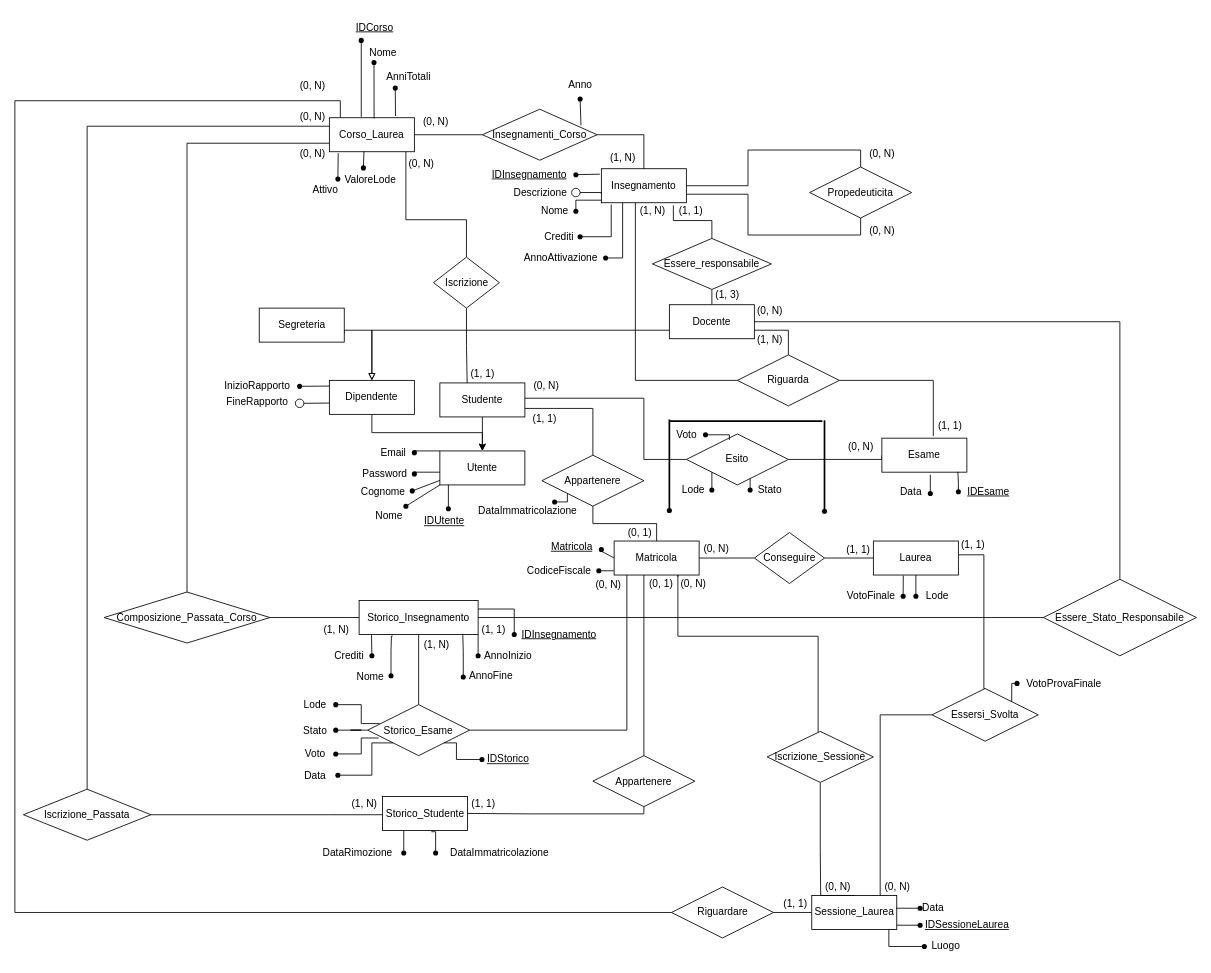
michelebolis/UniversityExamSystem keeps this draw.io diagram as page "ER" (1 of 5) of Esamiv1.drawio. Above is the earlier version. Source tidied: cells renumbered, new cells numbered last; positions are measured from the earlier drawing's top-left corner, leaving out a move shared by most shapes. Both pictures are drawn from the tidied source at 85%, with x=0, y=0 at pixel (14, 14).
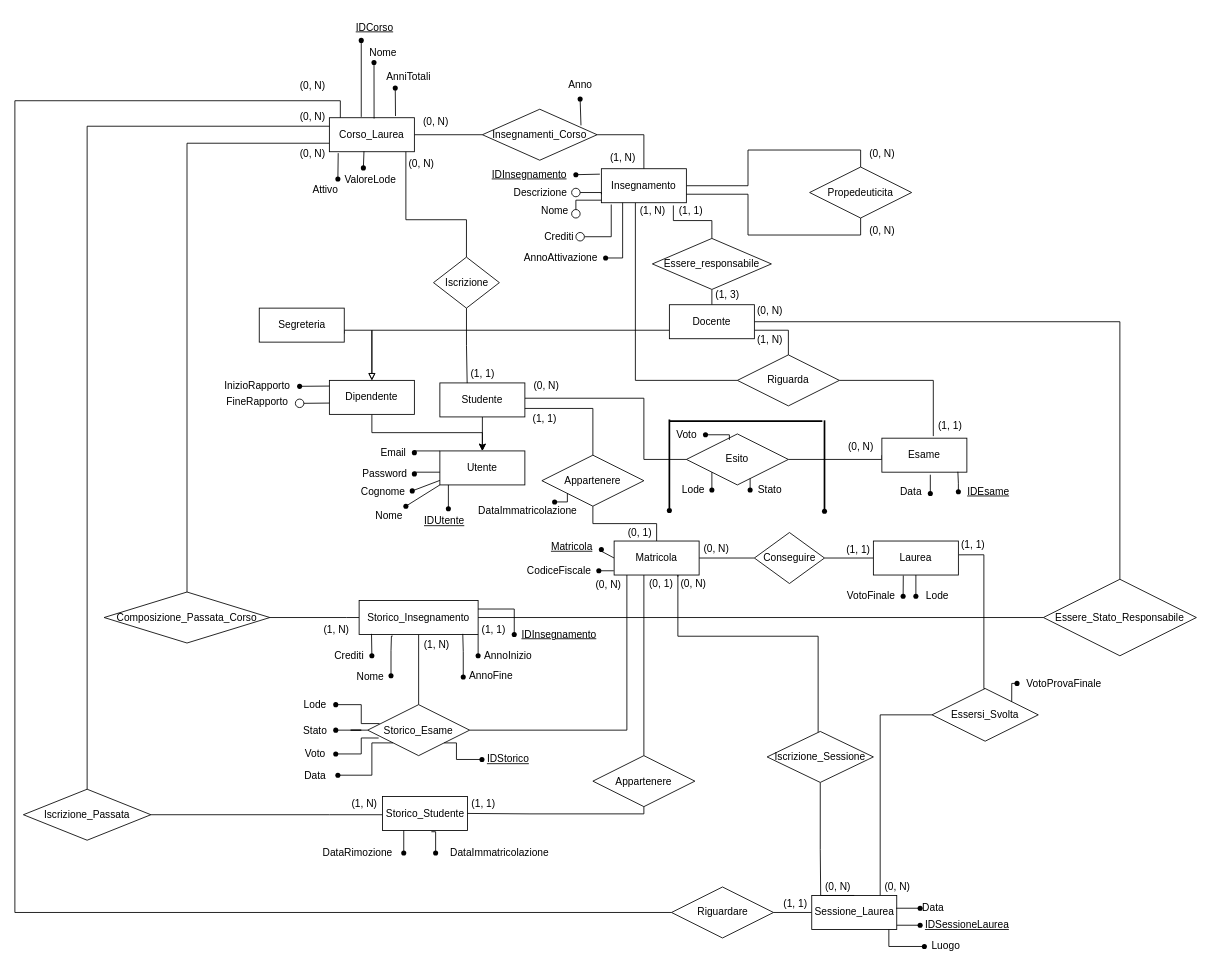
The same diagram, later.

The change refers to these unchanged cells:
```xml
<mxCell id="19" value="Insegnamento" style="whiteSpace=wrap;html=1;align=center;" parent="1" vertex="1">
  <mxGeometry x="690" y="181" width="100" height="40" as="geometry" />
</mxCell>
```

What changed in the source:
```diff
@@
-    <mxCell id="111" style="edgeStyle=orthogonalEdgeStyle;rounded=0;jettySize=auto;html=1;endArrow=none;endFill=0;" parent="1" edge="1" source="112">
+    <mxCell id="111" style="edgeStyle=orthogonalEdgeStyle;rounded=0;orthogonalLoop=1;jettySize=auto;html=1;endArrow=none;endFill=0;" parent="1" edge="1">
       <mxGeometry relative="1" as="geometry">
+        <mxPoint x="660" y="231" as="sourcePoint" />
         <mxPoint x="690" y="218" as="targetPoint" />
         <Array as="points">
           <mxPoint x="660" y="218" />
         </Array>
       </mxGeometry>
     </mxCell>
-    <mxCell id="112" style="shape=waypoint;sketch=0;fillStyle=solid;size=6;points=[];fillColor=none;perimeter=centerPerimeter;snapToPoint=1;" parent="1" vertex="1">
-      <mxGeometry x="650" y="221" width="20" height="20" as="geometry" />
-    </mxCell>
@@
-    <mxCell id="122" style="edgeStyle=orthogonalEdgeStyle;rounded=0;jettySize=auto;html=1;entryX=0.116;entryY=1.053;entryDx=0;entryDy=0;entryPerimeter=0;endArrow=none;endFill=0;" parent="1" edge="1" source="123" target="19">
+    <mxCell id="122" style="edgeStyle=orthogonalEdgeStyle;rounded=0;jettySize=auto;html=1;entryX=0.116;entryY=1.053;entryDx=0;entryDy=0;entryPerimeter=0;endArrow=none;endFill=0;" parent="1" edge="1" source="241" target="19">
       <mxGeometry relative="1" as="geometry" />
     </mxCell>
-    <mxCell id="123" style="shape=waypoint;sketch=0;fillStyle=solid;size=6;points=[];fillColor=none;perimeter=centerPerimeter;snapToPoint=1;" parent="1" vertex="1">
-      <mxGeometry x="655" y="251" width="20" height="20" as="geometry" />
-    </mxCell>
@@
+    <mxCell id="240" style="ellipse;whiteSpace=wrap;html=1;" parent="1" vertex="1">
+      <mxGeometry x="655" y="229" width="10" height="10" as="geometry" />
+    </mxCell>
+    <mxCell id="241" style="ellipse;whiteSpace=wrap;html=1;" parent="1" vertex="1">
+      <mxGeometry x="660" y="256" width="10" height="10" as="geometry" />
+    </mxCell>
```
